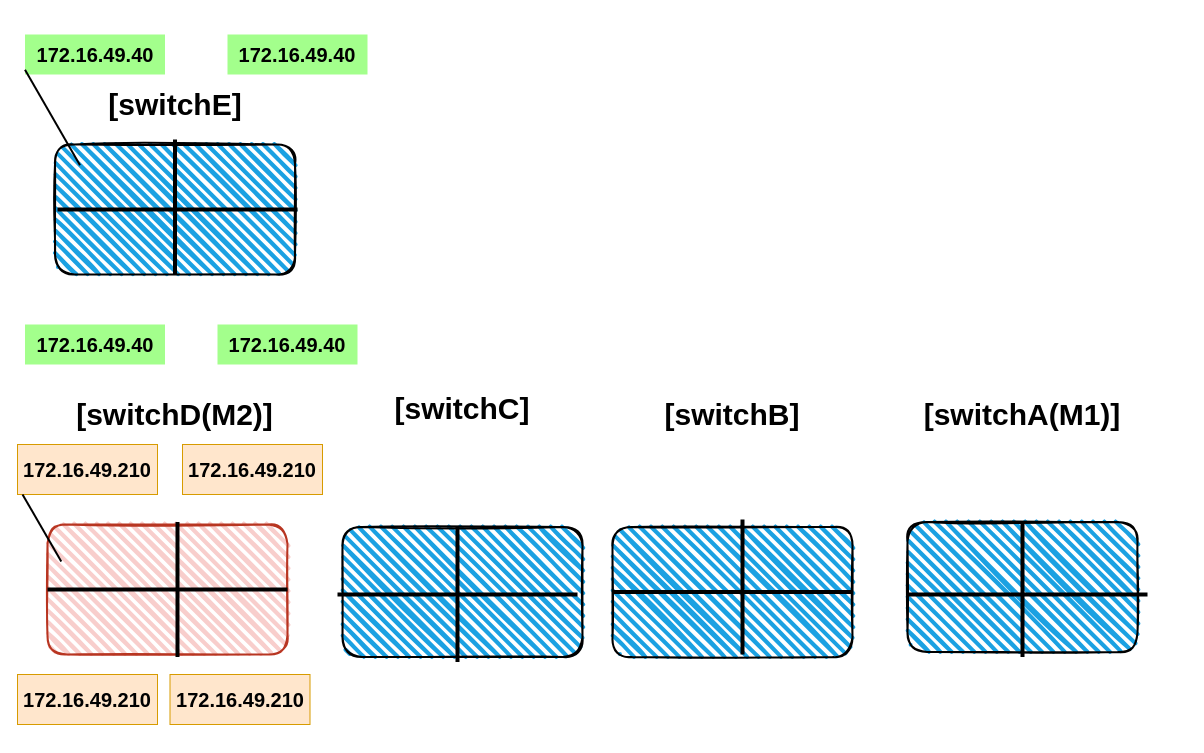
The draw.io diagram web開発/プロジェクト実習_geocoding/Untitled Diagram.drawio in grandios-dimensions/MyProgram, before the edit. Source tidied: cells renumbered, new cells numbered last; positions are measured from the earlier drawing's top-left corner, leaving out a move shared by most shapes. Both pictures are drawn from the tidied source at 100%, with x=0, y=0 at pixel (17, 34).
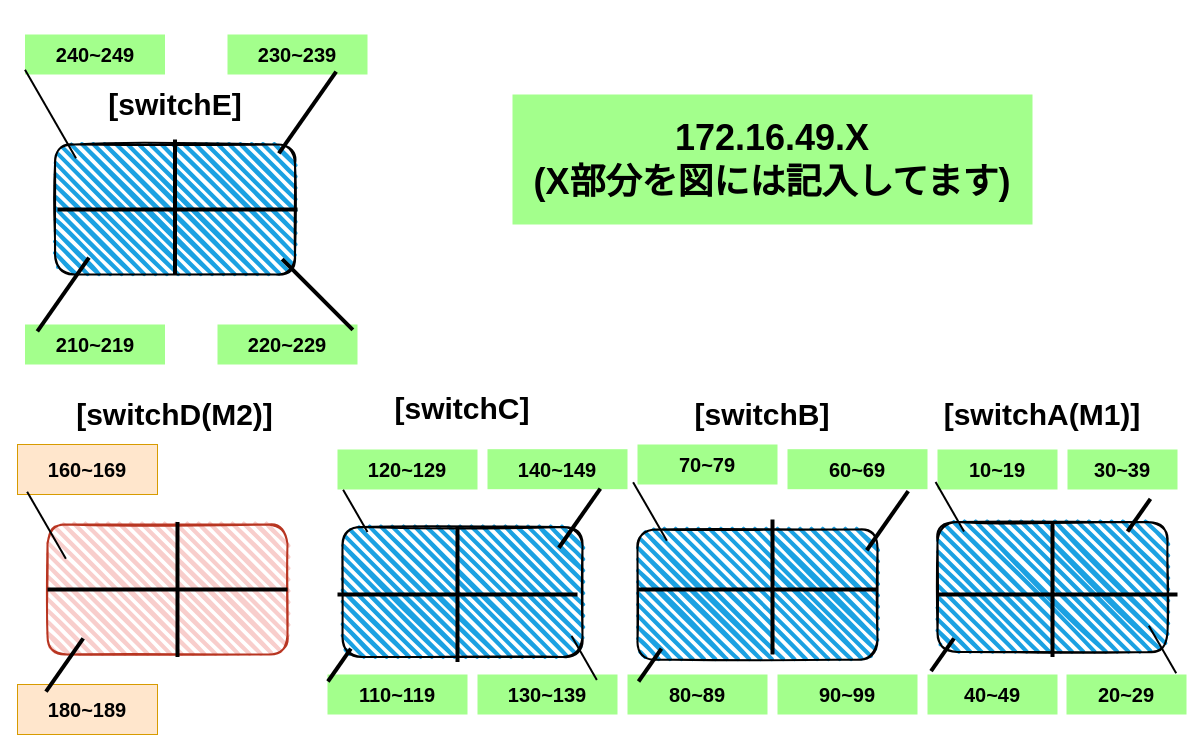
After the change.

Commit message (it also covers changes not shown here):
Untitled Diagram.drawio を更新します

Diff of the diagram source:
```diff
@@
     <mxCell id="5" style="rounded=1;whiteSpace=wrap;html=1;strokeWidth=2;fillWeight=4;hachureGap=8;hachureAngle=45;fillColor=#1ba1e2;sketch=1;" parent="1" vertex="1">
-      <mxGeometry x="595" y="492.5" width="240" height="130" as="geometry" />
+      <mxGeometry x="620" y="495" width="240" height="130" as="geometry" />
     </mxCell>
     <mxCell id="6" style="rounded=1;whiteSpace=wrap;html=1;strokeWidth=2;fillWeight=4;hachureGap=8;hachureAngle=45;fillColor=#1ba1e2;sketch=1;" parent="1" vertex="1">
-      <mxGeometry x="890" y="487.5" width="230" height="130" as="geometry" />
+      <mxGeometry x="920" y="487.5" width="230" height="130" as="geometry" />
     </mxCell>
-    <mxCell id="7" value="&lt;font style=&quot;font-size: 20px&quot;&gt;&lt;b&gt;172.16.49.210&lt;/b&gt;&lt;/font&gt;" style="text;html=1;strokeColor=#d79b00;align=center;verticalAlign=middle;whiteSpace=wrap;rounded=0;fillColor=#ffe6cc;" parent="1" vertex="1">
-      <mxGeometry y="640" width="140" height="50" as="geometry" />
-    </mxCell>
@@
     <mxCell id="10" value="&lt;font style=&quot;font-size: 30px&quot;&gt;&lt;b&gt;[switchB]&lt;/b&gt;&lt;/font&gt;" style="text;html=1;strokeColor=none;fillColor=none;align=center;verticalAlign=middle;whiteSpace=wrap;rounded=0;" parent="1" vertex="1">
-      <mxGeometry x="630" y="350" width="170" height="60" as="geometry" />
+      <mxGeometry x="660" y="350" width="170" height="60" as="geometry" />
     </mxCell>
     <mxCell id="11" value="&lt;font style=&quot;font-size: 30px&quot;&gt;&lt;b&gt;[switchA(M1)]&lt;/b&gt;&lt;/font&gt;" style="text;html=1;strokeColor=none;fillColor=none;align=center;verticalAlign=middle;whiteSpace=wrap;rounded=0;" parent="1" vertex="1">
-      <mxGeometry x="920" y="350" width="170" height="60" as="geometry" />
+      <mxGeometry x="940" y="350" width="170" height="60" as="geometry" />
     </mxCell>
@@
     <mxCell id="17" style="line;strokeWidth=4;html=1;perimeter=backbonePerimeter;" parent="1" vertex="1">
-      <mxGeometry x="890" y="555" width="240" height="10" as="geometry" />
+      <mxGeometry x="920" y="555" width="240" height="10" as="geometry" />
     </mxCell>
     <mxCell id="18" style="line;strokeWidth=4;html=1;perimeter=backbonePerimeter;" parent="1" vertex="1">
-      <mxGeometry x="595" y="552.5" width="240" height="10" as="geometry" />
+      <mxGeometry x="620" y="550" width="240" height="10" as="geometry" />
     </mxCell>
@@
     <mxCell id="21" style="line;strokeWidth=4;direction=south;html=1;perimeter=backbonePerimeter;" parent="1" vertex="1">
-      <mxGeometry x="1000" y="487.5" width="10" height="135" as="geometry" />
+      <mxGeometry x="1030" y="487.5" width="10" height="135" as="geometry" />
     </mxCell>
     <mxCell id="22" style="line;strokeWidth=4;direction=south;html=1;perimeter=backbonePerimeter;" parent="1" vertex="1">
-      <mxGeometry x="720" y="485" width="10" height="135" as="geometry" />
+      <mxGeometry x="750" y="485" width="10" height="135" as="geometry" />
     </mxCell>
-    <mxCell id="23" value="&lt;font style=&quot;font-size: 20px&quot;&gt;&lt;b&gt;172.16.49.40&lt;/b&gt;&lt;/font&gt;" style="text;html=1;strokeColor=none;align=center;verticalAlign=middle;whiteSpace=wrap;rounded=0;fillColor=#A3FF8C;" parent="1" vertex="1">
+    <mxCell id="23" value="&lt;font style=&quot;font-size: 20px&quot;&gt;&lt;b&gt;240~249&lt;/b&gt;&lt;/font&gt;" style="text;html=1;strokeColor=none;align=center;verticalAlign=middle;whiteSpace=wrap;rounded=0;fillColor=#A3FF8C;" parent="1" vertex="1">
       <mxGeometry x="7.5" width="140" height="40" as="geometry" />
     </mxCell>
     <mxCell id="24" style="line;strokeWidth=2;direction=south;html=1;rotation=-30;" parent="1" vertex="1">
-      <mxGeometry x="30" y="28" width="10" height="110" as="geometry" />
+      <mxGeometry x="28" y="28.5" width="10" height="102" as="geometry" />
     </mxCell>
-    <mxCell id="25" value="&lt;font style=&quot;font-size: 20px&quot;&gt;&lt;b&gt;172.16.49.40&lt;/b&gt;&lt;/font&gt;" style="text;html=1;strokeColor=none;align=center;verticalAlign=middle;whiteSpace=wrap;rounded=0;fillColor=#A3FF8C;" parent="1" vertex="1">
+    <mxCell id="25" value="&lt;font style=&quot;font-size: 20px&quot;&gt;&lt;b&gt;230~239&lt;/b&gt;&lt;/font&gt;" style="text;html=1;strokeColor=none;align=center;verticalAlign=middle;whiteSpace=wrap;rounded=0;fillColor=#A3FF8C;" parent="1" vertex="1">
       <mxGeometry x="210" width="140" height="40" as="geometry" />
     </mxCell>
-    <mxCell id="26" value="&lt;font style=&quot;font-size: 20px&quot;&gt;&lt;b&gt;172.16.49.40&lt;/b&gt;&lt;/font&gt;" style="text;html=1;strokeColor=none;align=center;verticalAlign=middle;whiteSpace=wrap;rounded=0;fillColor=#A3FF8C;" parent="1" vertex="1">
+    <mxCell id="26" value="&lt;font style=&quot;font-size: 20px&quot;&gt;&lt;b&gt;210~219&lt;/b&gt;&lt;/font&gt;" style="text;html=1;strokeColor=none;align=center;verticalAlign=middle;whiteSpace=wrap;rounded=0;fillColor=#A3FF8C;" parent="1" vertex="1">
       <mxGeometry x="7.5" y="290" width="140" height="40" as="geometry" />
     </mxCell>
-    <mxCell id="27" value="&lt;font style=&quot;font-size: 20px&quot;&gt;&lt;b&gt;172.16.49.40&lt;/b&gt;&lt;/font&gt;" style="text;html=1;strokeColor=none;align=center;verticalAlign=middle;whiteSpace=wrap;rounded=0;fillColor=#A3FF8C;" parent="1" vertex="1">
+    <mxCell id="27" value="&lt;font style=&quot;font-size: 20px&quot;&gt;&lt;b&gt;220~229&lt;/b&gt;&lt;/font&gt;" style="text;html=1;strokeColor=none;align=center;verticalAlign=middle;whiteSpace=wrap;rounded=0;fillColor=#A3FF8C;" parent="1" vertex="1">
       <mxGeometry x="200" y="290" width="140" height="40" as="geometry" />
     </mxCell>
-    <mxCell id="28" value="&lt;font style=&quot;font-size: 20px&quot;&gt;&lt;b&gt;172.16.49.210&lt;/b&gt;&lt;/font&gt;" style="text;html=1;strokeColor=#d79b00;align=center;verticalAlign=middle;whiteSpace=wrap;rounded=0;fillColor=#ffe6cc;" parent="1" vertex="1">
-      <mxGeometry x="152.5" y="640" width="140" height="50" as="geometry" />
+    <mxCell id="28" value="&lt;font style=&quot;font-size: 20px&quot;&gt;&lt;b&gt;180~189&lt;/b&gt;&lt;/font&gt;" style="text;html=1;strokeColor=#d79b00;align=center;verticalAlign=middle;whiteSpace=wrap;rounded=0;fillColor=#ffe6cc;" parent="1" vertex="1">
+      <mxGeometry y="650" width="140" height="50" as="geometry" />
     </mxCell>
-    <mxCell id="29" value="&lt;font style=&quot;font-size: 20px&quot;&gt;&lt;b&gt;172.16.49.210&lt;/b&gt;&lt;/font&gt;" style="text;html=1;strokeColor=#d79b00;align=center;verticalAlign=middle;whiteSpace=wrap;rounded=0;fillColor=#ffe6cc;" parent="1" vertex="1">
+    <mxCell id="29" value="&lt;font style=&quot;font-size: 20px&quot;&gt;&lt;b&gt;160~169&lt;/b&gt;&lt;/font&gt;" style="text;html=1;strokeColor=#d79b00;align=center;verticalAlign=middle;whiteSpace=wrap;rounded=0;fillColor=#ffe6cc;" parent="1" vertex="1">
       <mxGeometry y="410" width="140" height="50" as="geometry" />
     </mxCell>
-    <mxCell id="30" value="&lt;font style=&quot;font-size: 20px&quot;&gt;&lt;b&gt;172.16.49.210&lt;/b&gt;&lt;/font&gt;" style="text;html=1;strokeColor=#d79b00;align=center;verticalAlign=middle;whiteSpace=wrap;rounded=0;fillColor=#ffe6cc;" parent="1" vertex="1">
-      <mxGeometry x="165" y="410" width="140" height="50" as="geometry" />
-    </mxCell>
     <mxCell id="31" style="line;strokeWidth=2;direction=south;html=1;rotation=-30;" parent="1" vertex="1">
-      <mxGeometry x="19.4" y="454.7" width="10" height="77.5" as="geometry" />
+      <mxGeometry x="28.7" y="452" width="0.6" height="77.5" as="geometry" />
     </mxCell>
+    <mxCell id="32" value="&lt;font style=&quot;font-size: 20px&quot;&gt;&lt;b&gt;120~129&lt;/b&gt;&lt;/font&gt;" style="text;html=1;strokeColor=none;align=center;verticalAlign=middle;whiteSpace=wrap;rounded=0;fillColor=#A3FF8C;" parent="1" vertex="1">
+      <mxGeometry x="320" y="415" width="140" height="40" as="geometry" />
+    </mxCell>
+    <mxCell id="33" value="&lt;font style=&quot;font-size: 20px&quot;&gt;&lt;b&gt;140~149&lt;/b&gt;&lt;/font&gt;" style="text;html=1;strokeColor=none;align=center;verticalAlign=middle;whiteSpace=wrap;rounded=0;fillColor=#A3FF8C;" parent="1" vertex="1">
+      <mxGeometry x="470" y="414.7" width="140" height="40" as="geometry" />
+    </mxCell>
+    <mxCell id="34" value="&lt;font style=&quot;font-size: 20px&quot;&gt;&lt;b&gt;110~119&lt;/b&gt;&lt;/font&gt;" style="text;html=1;strokeColor=none;align=center;verticalAlign=middle;whiteSpace=wrap;rounded=0;fillColor=#A3FF8C;" parent="1" vertex="1">
+      <mxGeometry x="310" y="640" width="140" height="40" as="geometry" />
+    </mxCell>
+    <mxCell id="35" value="&lt;font style=&quot;font-size: 20px&quot;&gt;&lt;b&gt;130~139&lt;/b&gt;&lt;/font&gt;" style="text;html=1;strokeColor=none;align=center;verticalAlign=middle;whiteSpace=wrap;rounded=0;fillColor=#A3FF8C;" parent="1" vertex="1">
+      <mxGeometry x="460" y="640" width="140" height="40" as="geometry" />
+    </mxCell>
+    <mxCell id="36" value="&lt;font style=&quot;font-size: 20px&quot;&gt;&lt;b&gt;80~89&lt;/b&gt;&lt;/font&gt;" style="text;html=1;strokeColor=none;align=center;verticalAlign=middle;whiteSpace=wrap;rounded=0;fillColor=#A3FF8C;" parent="1" vertex="1">
+      <mxGeometry x="610" y="640" width="140" height="40" as="geometry" />
+    </mxCell>
+    <mxCell id="37" value="&lt;font style=&quot;font-size: 20px&quot;&gt;&lt;b&gt;90~99&lt;/b&gt;&lt;/font&gt;" style="text;html=1;strokeColor=none;align=center;verticalAlign=middle;whiteSpace=wrap;rounded=0;fillColor=#A3FF8C;" parent="1" vertex="1">
+      <mxGeometry x="760" y="640" width="140" height="40" as="geometry" />
+    </mxCell>
+    <mxCell id="38" value="&lt;font style=&quot;font-size: 20px&quot;&gt;&lt;b&gt;40~49&lt;/b&gt;&lt;/font&gt;" style="text;html=1;strokeColor=none;align=center;verticalAlign=middle;whiteSpace=wrap;rounded=0;fillColor=#A3FF8C;" parent="1" vertex="1">
+      <mxGeometry x="910" y="640" width="130" height="40" as="geometry" />
+    </mxCell>
+    <mxCell id="39" value="&lt;font style=&quot;font-size: 20px&quot;&gt;&lt;b&gt;20~29&lt;/b&gt;&lt;/font&gt;" style="text;html=1;strokeColor=none;align=center;verticalAlign=middle;whiteSpace=wrap;rounded=0;fillColor=#A3FF8C;" parent="1" vertex="1">
+      <mxGeometry x="1049" y="640" width="120" height="40" as="geometry" />
+    </mxCell>
+    <mxCell id="40" value="&lt;font style=&quot;font-size: 20px&quot;&gt;&lt;b&gt;70~79&lt;/b&gt;&lt;/font&gt;" style="text;html=1;strokeColor=none;align=center;verticalAlign=middle;whiteSpace=wrap;rounded=0;fillColor=#A3FF8C;" parent="1" vertex="1">
+      <mxGeometry x="620" y="410" width="140" height="40" as="geometry" />
+    </mxCell>
+    <mxCell id="41" value="&lt;font style=&quot;font-size: 20px&quot;&gt;&lt;b&gt;60~69&lt;/b&gt;&lt;/font&gt;" style="text;html=1;strokeColor=none;align=center;verticalAlign=middle;whiteSpace=wrap;rounded=0;fillColor=#A3FF8C;" parent="1" vertex="1">
+      <mxGeometry x="770" y="414.7" width="140" height="40" as="geometry" />
+    </mxCell>
+    <mxCell id="42" value="&lt;span style=&quot;font-size: 20px&quot;&gt;&lt;b&gt;10~19&lt;/b&gt;&lt;/span&gt;" style="text;html=1;strokeColor=none;align=center;verticalAlign=middle;whiteSpace=wrap;rounded=0;fillColor=#A3FF8C;" parent="1" vertex="1">
+      <mxGeometry x="920" y="415" width="120" height="40" as="geometry" />
+    </mxCell>
+    <mxCell id="43" value="&lt;font style=&quot;font-size: 20px&quot;&gt;&lt;b&gt;30~39&lt;/b&gt;&lt;/font&gt;" style="text;html=1;strokeColor=none;align=center;verticalAlign=middle;whiteSpace=wrap;rounded=0;fillColor=#A3FF8C;" parent="1" vertex="1">
+      <mxGeometry x="1050" y="415" width="110" height="40" as="geometry" />
+    </mxCell>
+    <mxCell id="44" value="&lt;font&gt;&lt;b&gt;&lt;font style=&quot;font-size: 36px&quot;&gt;172.16.49.X&lt;br&gt;(X部分を図には記入してます)&lt;/font&gt;&lt;br&gt;&lt;/b&gt;&lt;/font&gt;" style="text;html=1;strokeColor=none;align=center;verticalAlign=middle;whiteSpace=wrap;rounded=0;fillColor=#A3FF8C;" parent="1" vertex="1">
+      <mxGeometry x="495" y="60" width="520" height="130" as="geometry" />
+    </mxCell>
+    <mxCell id="45" style="line;strokeWidth=4;direction=south;html=1;perimeter=backbonePerimeter;rotation=35;" parent="1" vertex="1">
+      <mxGeometry x="200" y="28" width="180" height="100" as="geometry" />
+    </mxCell>
+    <mxCell id="46" style="line;strokeWidth=4;direction=south;html=1;perimeter=backbonePerimeter;rotation=-225;" parent="1" vertex="1">
+      <mxGeometry x="210" y="210" width="180" height="100" as="geometry" />
+    </mxCell>
+    <mxCell id="47" style="line;strokeWidth=4;direction=south;html=1;perimeter=backbonePerimeter;rotation=35;" parent="1" vertex="1">
+      <mxGeometry x="42.1" y="215" width="7.1" height="90" as="geometry" />
+    </mxCell>
+    <mxCell id="48" style="line;strokeWidth=4;direction=south;html=1;perimeter=backbonePerimeter;rotation=35;" parent="1" vertex="1">
+      <mxGeometry x="45" y="598.1" width="4.2" height="65" as="geometry" />
+    </mxCell>
+    <mxCell id="49" style="line;strokeWidth=4;direction=south;html=1;perimeter=backbonePerimeter;rotation=35;" parent="1" vertex="1">
+      <mxGeometry x="231.9" y="610.6" width="180" height="40" as="geometry" />
+    </mxCell>
+    <mxCell id="50" style="line;strokeWidth=4;direction=south;html=1;perimeter=backbonePerimeter;rotation=35;" parent="1" vertex="1">
+      <mxGeometry x="542.5" y="610.6" width="180" height="40" as="geometry" />
+    </mxCell>
+    <mxCell id="51" style="line;strokeWidth=4;direction=south;html=1;perimeter=backbonePerimeter;rotation=35;" parent="1" vertex="1">
+      <mxGeometry x="835" y="600.2" width="180" height="40" as="geometry" />
+    </mxCell>
+    <mxCell id="52" style="line;strokeWidth=2;direction=south;html=1;rotation=-30;" parent="1" vertex="1">
+      <mxGeometry x="332.8" y="451.9" width="10" height="48.8" as="geometry" />
+    </mxCell>
+    <mxCell id="53" style="line;strokeWidth=2;direction=south;html=1;rotation=-30;" parent="1" vertex="1">
+      <mxGeometry x="627.5" y="443.1" width="10" height="67.6" as="geometry" />
+    </mxCell>
+    <mxCell id="54" style="line;strokeWidth=2;direction=south;html=1;rotation=-30;" parent="1" vertex="1">
+      <mxGeometry x="561.7" y="598.2" width="10" height="50.6" as="geometry" />
+    </mxCell>
+    <mxCell id="55" style="line;strokeWidth=2;direction=south;html=1;rotation=-30;" parent="1" vertex="1">
+      <mxGeometry x="1140" y="587.7" width="10" height="54.8" as="geometry" />
+    </mxCell>
+    <mxCell id="56" style="line;strokeWidth=2;direction=south;html=1;rotation=-30;" parent="1" vertex="1">
+      <mxGeometry x="927.3" y="443.8" width="10" height="56.9" as="geometry" />
+    </mxCell>
+    <mxCell id="57" style="line;strokeWidth=4;direction=south;html=1;perimeter=backbonePerimeter;rotation=35;" parent="1" vertex="1">
+      <mxGeometry x="472.1" y="447.5" width="180" height="72.3" as="geometry" />
+    </mxCell>
+    <mxCell id="58" style="line;strokeWidth=4;direction=south;html=1;perimeter=backbonePerimeter;rotation=35;" parent="1" vertex="1">
+      <mxGeometry x="780" y="450" width="180" height="72.3" as="geometry" />
+    </mxCell>
+    <mxCell id="59" style="line;strokeWidth=4;direction=south;html=1;perimeter=backbonePerimeter;rotation=35;" parent="1" vertex="1">
+      <mxGeometry x="1080.9" y="460.7" width="81.2" height="39.9" as="geometry" />
+    </mxCell>
```
